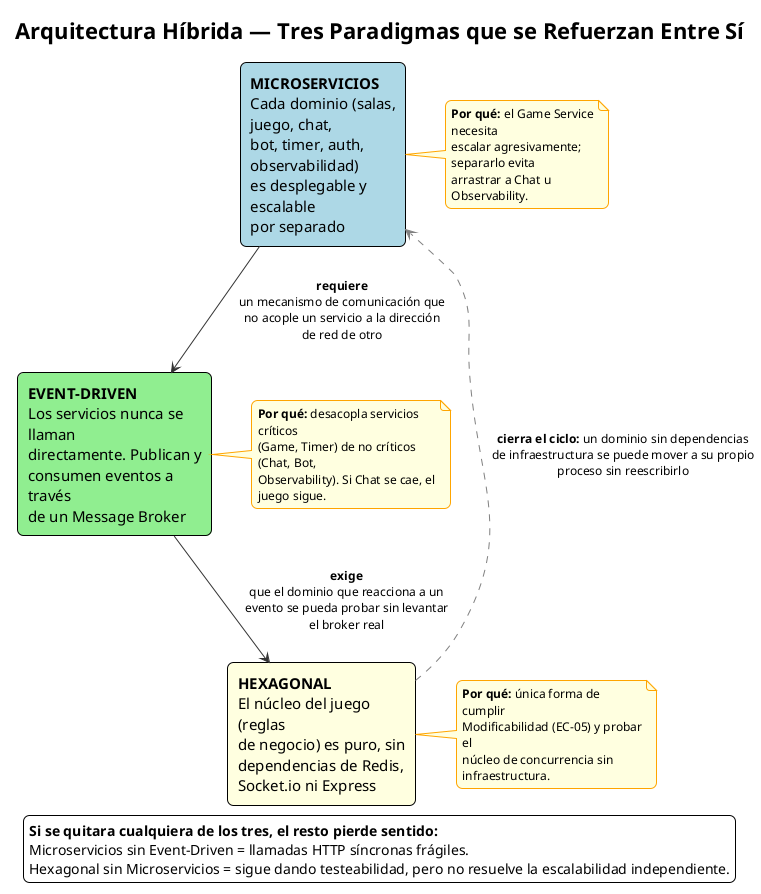
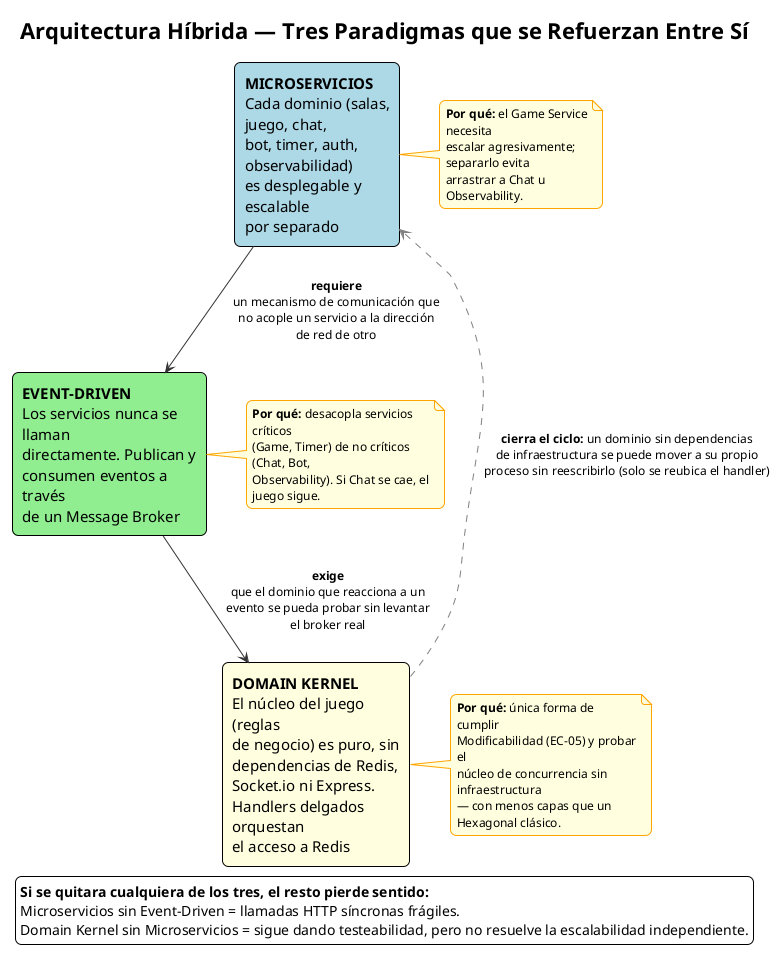
@startuml 01-arquitectura-tres-paradigmas

title Arquitectura Híbrida — Tres Paradigmas que se Refuerzan Entre Sí

!theme plain
skinparam defaultFontName Consolas
skinparam wrapWidth 180
skinparam nodesep 40
skinparam ranksep 60
skinparam shadowing false
skinparam roundCorner 12
skinparam rectangle {
  BackgroundColor White
  BorderColor Black
  FontSize 15
}
skinparam note {
  BackgroundColor LightYellow
  BorderColor Orange
  FontSize 12
}
skinparam ArrowColor #333333
skinparam ArrowFontSize 12

' --- Declaración de las 3 capas (de arriba hacia abajo) ---
rectangle "**MICROSERVICIOS**\nCada dominio (salas, juego, chat,\nbot, timer, auth, observabilidad)\nes desplegable y escalable\npor separado" as Micro #LightBlue

rectangle "**EVENT-DRIVEN**\nLos servicios nunca se llaman\ndirectamente. Publican y\nconsumen eventos a través\nde un Message Broker" as Event #LightGreen

- rectangle "**HEXAGONAL**\nEl núcleo del juego (reglas\nde negocio) es puro, sin\ndependencias de Redis,\nSocket.io ni Express" as Hex #LightYellow
+ rectangle "**DOMAIN KERNEL**\nEl núcleo del juego (reglas\nde negocio) es puro, sin\ndependencias de Redis,\nSocket.io ni Express.\nHandlers delgados orquestan\nel acceso a Redis" as Kernel #LightYellow

' --- Por qué cada capa, a su lado, sin estorbar las flechas verticales ---
note right of Micro
  **Por qué:** el Game Service necesita
  escalar agresivamente; separarlo evita
  arrastrar a Chat u Observability.
end note

note right of Event
  **Por qué:** desacopla servicios críticos
  (Game, Timer) de no críticos (Chat, Bot,
  Observability). Si Chat se cae, el juego sigue.
end note

- note right of Hex
+ note right of Kernel
  **Por qué:** única forma de cumplir
  Modificabilidad (EC-05) y probar el
-   núcleo de concurrencia sin infraestructura.
+   núcleo de concurrencia sin infraestructura
+   — con menos capas que un Hexagonal clásico.
end note

' --- Relación entre capas (de arriba hacia abajo, y el cierre del ciclo) ---
Micro -down-> Event : **requiere**\nun mecanismo de comunicación que\nno acople un servicio a la dirección\nde red de otro
- Event -down-> Hex : **exige**\nque el dominio que reacciona a un\nevento se pueda probar sin levantar\nel broker real
- Hex .[#gray,dashed].> Micro : **cierra el ciclo:** un dominio sin dependencias\nde infraestructura se puede mover a su propio\nproceso sin reescribirlo
+ Event -down-> Kernel : **exige**\nque el dominio que reacciona a un\nevento se pueda probar sin levantar\nel broker real
+ Kernel .[#gray,dashed].> Micro : **cierra el ciclo:** un dominio sin dependencias\nde infraestructura se puede mover a su propio\nproceso sin reescribirlo (solo se reubica el handler)

legend bottom center
  <b>Si se quitara cualquiera de los tres, el resto pierde sentido:</b>
  Microservicios sin Event-Driven = llamadas HTTP síncronas frágiles.
-   Hexagonal sin Microservicios = sigue dando testeabilidad, pero no resuelve la escalabilidad independiente.
+   Domain Kernel sin Microservicios = sigue dando testeabilidad, pero no resuelve la escalabilidad independiente.
end legend

@enduml
